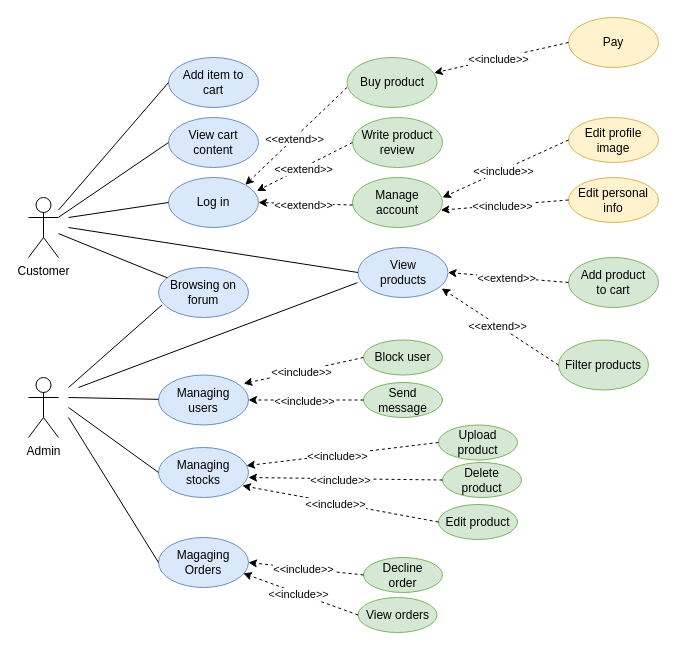
Earlier version of the draw.io diagram diagramok/webshop-use-case.drawio (zdenko-gera/apple-webshop). Source tidied: cells renumbered, new cells numbered last; positions are measured from the earlier drawing's top-left corner, leaving out a move shared by most shapes. Both pictures are drawn from the tidied source at 100%, with x=0, y=0 at pixel (28, 17).
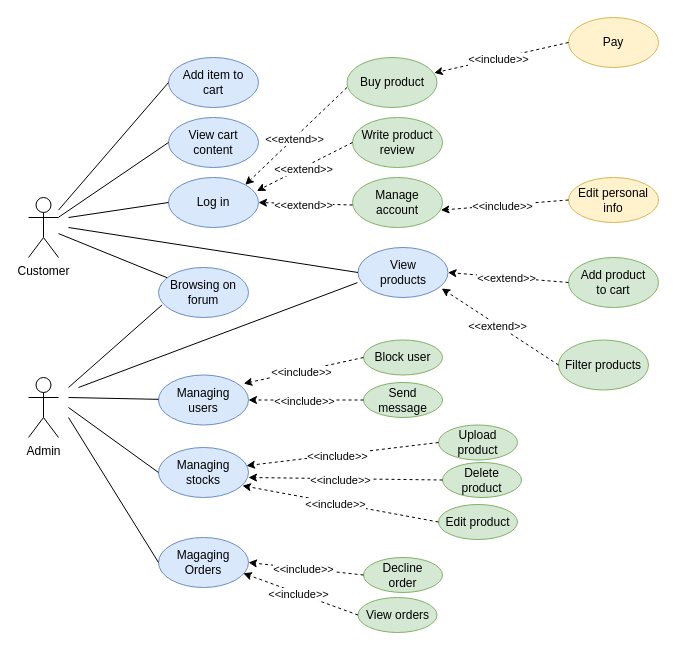
The same diagram, later.

Commit message (it also covers changes not shown here):
Javítottam a use-case diagrammon

Eltávolítottam a profilképpel kapcsolatos lehetőségeket a diagrammból, mert nem lesz a projektben ilyen funkció.

Unchanged cells that the change refers to:
```xml
<mxCell id="18" value="Manage account" style="ellipse;whiteSpace=wrap;html=1;fillColor=#d5e8d4;strokeColor=#82b366;" parent="1" vertex="1">
  <mxGeometry x="324" y="160" width="90" height="50" as="geometry" />
</mxCell>
```

The edit, as a diff of the source:
```diff
@@
-    <mxCell id="42" value="Edit profile image" style="ellipse;whiteSpace=wrap;html=1;fillColor=#fff2cc;strokeColor=#d6b656;" parent="1" vertex="1">
-      <mxGeometry x="540" y="100" width="90" height="45" as="geometry" />
-    </mxCell>
-    <mxCell id="43" style="endArrow=classic;html=1;rounded=0;strokeColor=default;dashed=1;entryX=1;entryY=0.4;entryDx=0;entryDy=0;exitX=0;exitY=0.5;exitDx=0;exitDy=0;entryPerimeter=0;" parent="1" edge="1" source="42" target="18">
-      <mxGeometry relative="1" as="geometry" />
-    </mxCell>
-    <mxCell id="44" value="&amp;lt;&amp;lt;include&amp;gt;&amp;gt;" style="edgeLabel;html=1;align=center;verticalAlign=middle;rotation=0;" parent="43" vertex="1">
-      <mxGeometry x="0.05" y="1" relative="1" as="geometry" />
-    </mxCell>
```
